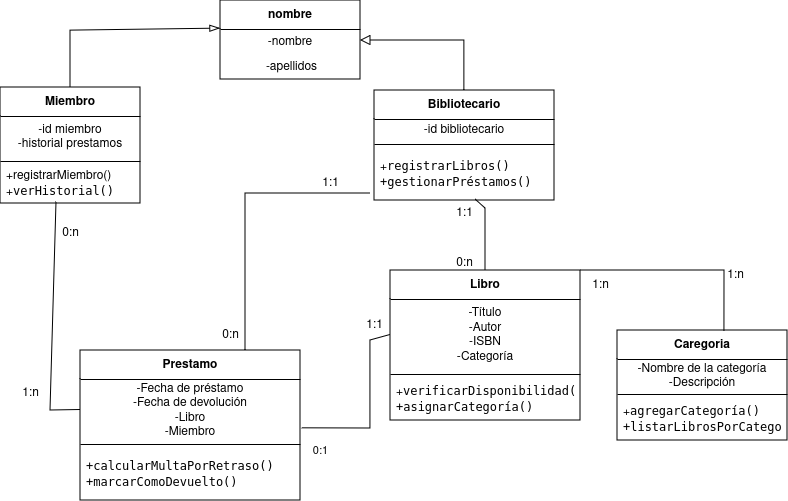
Earlier version of the draw.io export sistema-gestor-bibliotecas.png (emsantamaria/Sistema-de-Gesti-n-de-Bibliotecas). Source tidied: cells renumbered, new cells last; positions are measured from the earlier drawing's top-left corner, leaving out a move shared by most shapes.
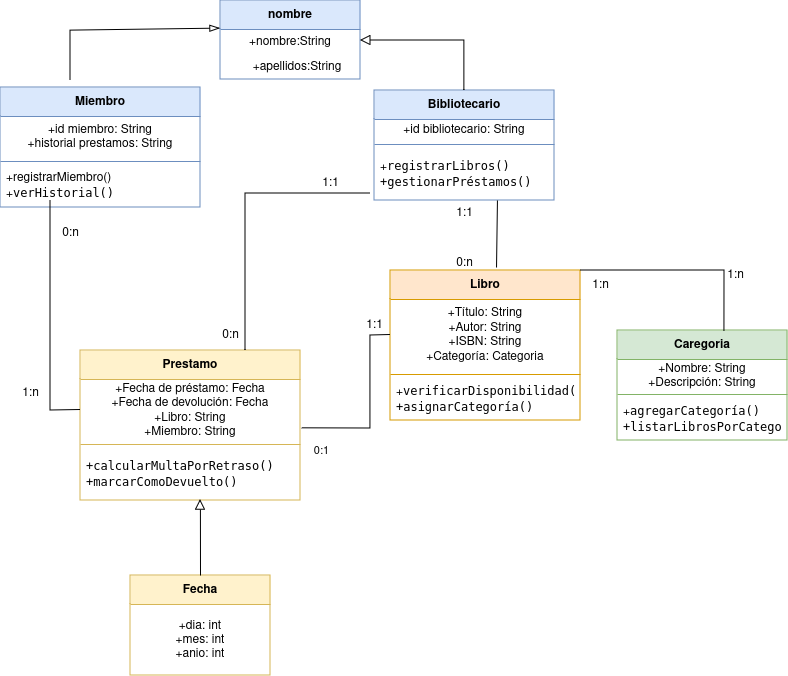
After the change.

The edit, as a diff of the source:
```diff
@@ -2,10 +2,10 @@
   <root>
     <mxCell id="0" />
     <mxCell id="1" parent="0" />
-    <mxCell id="2" value="Bibliotecario" style="swimlane;fontStyle=1;align=center;verticalAlign=middle;horizontal=1;startSize=29;html=1;whiteSpace=wrap;" parent="1" vertex="1">
+    <mxCell id="2" value="Bibliotecario" style="swimlane;fontStyle=1;align=center;verticalAlign=middle;horizontal=1;startSize=29;html=1;whiteSpace=wrap;fillColor=#dae8fc;strokeColor=#6c8ebf;" parent="1" vertex="1">
       <mxGeometry x="374" y="90" width="180" height="110" as="geometry" />
     </mxCell>
-    <mxCell id="3" value="-id bibliotecario" style="text;html=1;strokeColor=none;fillColor=none;align=center;verticalAlign=middle;spacingLeft=4;spacingRight=4;overflow=hidden;whiteSpace=wrap;" parent="2" vertex="1">
+    <mxCell id="3" value="+id bibliotecario: String" style="text;html=1;strokeColor=none;fillColor=none;align=center;verticalAlign=middle;spacingLeft=4;spacingRight=4;overflow=hidden;whiteSpace=wrap;" parent="2" vertex="1">
       <mxGeometry y="29" width="180" height="21" as="geometry" />
     </mxCell>
     <mxCell id="4" style="line;strokeWidth=1;fillColor=none;align=left;verticalAlign=middle;spacingTop=-1;spacingLeft=3;spacingRight=3;labelPosition=right;strokeColor=inherit;" parent="2" vertex="1">
@@ -14,10 +14,10 @@
     <mxCell id="5" value="&lt;div&gt;+&lt;code&gt;registrarLibros()&lt;/code&gt;&lt;/div&gt;&lt;div&gt;&lt;code&gt;+&lt;/code&gt;&lt;code&gt;gestionarPréstamos()&lt;/code&gt;&lt;/div&gt;" style="text;html=1;strokeColor=none;fillColor=none;align=left;verticalAlign=middle;spacingLeft=4;spacingRight=4;overflow=hidden;points=[[0,0.5],[1,0.5]];portConstraint=eastwest;whiteSpace=wrap;" parent="2" vertex="1">
       <mxGeometry y="58" width="180" height="52" as="geometry" />
     </mxCell>
-    <mxCell id="6" value="Prestamo" style="swimlane;fontStyle=1;align=center;verticalAlign=middle;horizontal=1;startSize=29;html=1;whiteSpace=wrap;" parent="1" vertex="1">
+    <mxCell id="6" value="Prestamo" style="swimlane;fontStyle=1;align=center;verticalAlign=middle;horizontal=1;startSize=29;html=1;whiteSpace=wrap;fillColor=#fff2cc;strokeColor=#d6b656;" parent="1" vertex="1">
       <mxGeometry x="80" y="350" width="220" height="150" as="geometry" />
     </mxCell>
-    <mxCell id="7" value="&lt;div&gt;-Fecha de préstamo&lt;/div&gt;&lt;div&gt;-Fecha de devolución&lt;/div&gt;&lt;div&gt;-Libro&lt;/div&gt;&lt;div&gt;-Miembro&lt;/div&gt;" style="text;html=1;strokeColor=none;fillColor=none;align=center;verticalAlign=middle;spacingLeft=4;spacingRight=4;overflow=hidden;points=[[0,0.5],[1,0.5]];portConstraint=eastwest;whiteSpace=wrap;" parent="6" vertex="1">
+    <mxCell id="7" value="&lt;div&gt;+Fecha de préstamo: Fecha&lt;br&gt;&lt;/div&gt;&lt;div&gt;+Fecha de devolución: Fecha&lt;br&gt;&lt;/div&gt;&lt;div&gt;+Libro: String&lt;br&gt;&lt;/div&gt;&lt;div&gt;+Miembro: String&lt;br&gt;&lt;/div&gt;" style="text;html=1;strokeColor=none;fillColor=none;align=center;verticalAlign=middle;spacingLeft=4;spacingRight=4;overflow=hidden;points=[[0,0.5],[1,0.5]];portConstraint=eastwest;whiteSpace=wrap;" parent="6" vertex="1">
       <mxGeometry y="29" width="220" height="61" as="geometry" />
     </mxCell>
     <mxCell id="8" style="line;strokeWidth=1;fillColor=none;align=left;verticalAlign=middle;spacingTop=-1;spacingLeft=3;spacingRight=3;labelPosition=right;strokeColor=inherit;" parent="6" vertex="1">
@@ -26,22 +26,22 @@
     <mxCell id="9" value="&lt;div&gt;&lt;code&gt;+calcularMultaPorRetraso()&lt;/code&gt;&lt;/div&gt;&lt;div&gt;&lt;code&gt;+&lt;/code&gt;&lt;code&gt;marcarComoDevuelto()&lt;/code&gt;&lt;/div&gt;" style="text;html=1;strokeColor=none;fillColor=none;align=left;verticalAlign=middle;spacingLeft=4;spacingRight=4;overflow=hidden;points=[[0,0.5],[1,0.5]];portConstraint=eastwest;whiteSpace=wrap;" parent="6" vertex="1">
       <mxGeometry y="98" width="220" height="52" as="geometry" />
     </mxCell>
-    <mxCell id="10" value="Miembro" style="swimlane;fontStyle=1;align=center;verticalAlign=middle;horizontal=1;startSize=29;html=1;whiteSpace=wrap;" parent="1" vertex="1">
-      <mxGeometry y="87" width="140" height="116" as="geometry" />
+    <mxCell id="10" value="Miembro" style="swimlane;fontStyle=1;align=center;verticalAlign=middle;horizontal=1;startSize=29;html=1;whiteSpace=wrap;fillColor=#dae8fc;strokeColor=#6c8ebf;" parent="1" vertex="1">
+      <mxGeometry y="87" width="200" height="120" as="geometry" />
     </mxCell>
-    <mxCell id="11" value="&lt;div&gt;-id miembro&lt;/div&gt;&lt;div&gt;-historial prestamos&lt;br&gt;&lt;/div&gt;" style="text;html=1;strokeColor=none;fillColor=none;align=center;verticalAlign=middle;spacingLeft=4;spacingRight=4;overflow=hidden;whiteSpace=wrap;" parent="10" vertex="1">
-      <mxGeometry y="29" width="140" height="41" as="geometry" />
+    <mxCell id="11" value="&lt;div&gt;+id miembro: String&lt;br&gt;&lt;/div&gt;&lt;div&gt;+historial prestamos: String&lt;/div&gt;" style="text;html=1;strokeColor=none;fillColor=none;align=center;verticalAlign=middle;spacingLeft=4;spacingRight=4;overflow=hidden;whiteSpace=wrap;" parent="10" vertex="1">
+      <mxGeometry y="29" width="200" height="41" as="geometry" />
     </mxCell>
     <mxCell id="12" style="line;strokeWidth=1;fillColor=none;align=left;verticalAlign=middle;spacingTop=-1;spacingLeft=3;spacingRight=3;labelPosition=right;strokeColor=inherit;" parent="10" vertex="1">
-      <mxGeometry y="70" width="140" height="8" as="geometry" />
+      <mxGeometry y="70" width="200" height="8" as="geometry" />
     </mxCell>
     <mxCell id="13" value="&lt;div&gt;+registrarMiembro()&lt;/div&gt;&lt;div&gt;+&lt;code&gt;verHistorial()&lt;/code&gt;&lt;/div&gt;" style="text;html=1;strokeColor=none;fillColor=none;align=left;verticalAlign=middle;spacingLeft=4;spacingRight=4;overflow=hidden;points=[[0,0.5],[1,0.5]];portConstraint=eastwest;whiteSpace=wrap;" parent="10" vertex="1">
-      <mxGeometry y="78" width="140" height="38" as="geometry" />
+      <mxGeometry y="78" width="200" height="42" as="geometry" />
     </mxCell>
-    <mxCell id="14" value="Caregoria" style="swimlane;fontStyle=1;align=center;verticalAlign=middle;horizontal=1;startSize=29;html=1;whiteSpace=wrap;" parent="1" vertex="1">
+    <mxCell id="14" value="Caregoria" style="swimlane;fontStyle=1;align=center;verticalAlign=middle;horizontal=1;startSize=29;html=1;whiteSpace=wrap;fillColor=#d5e8d4;strokeColor=#82b366;" parent="1" vertex="1">
       <mxGeometry x="617" y="330" width="170" height="110" as="geometry" />
     </mxCell>
-    <mxCell id="15" value="&lt;div&gt;-Nombre de la categoría&lt;/div&gt;&lt;div&gt;-Descripción&lt;/div&gt;" style="text;html=1;strokeColor=none;fillColor=none;align=center;verticalAlign=middle;spacingLeft=4;spacingRight=4;overflow=hidden;whiteSpace=wrap;" parent="14" vertex="1">
+    <mxCell id="15" value="&lt;div&gt;+Nombre: String&lt;br&gt;&lt;/div&gt;&lt;div&gt;+Descripción: String&lt;br&gt;&lt;/div&gt;" style="text;html=1;strokeColor=none;fillColor=none;align=center;verticalAlign=middle;spacingLeft=4;spacingRight=4;overflow=hidden;whiteSpace=wrap;" parent="14" vertex="1">
       <mxGeometry y="29" width="170" height="31" as="geometry" />
     </mxCell>
     <mxCell id="16" style="line;strokeWidth=1;fillColor=none;align=left;verticalAlign=middle;spacingTop=-1;spacingLeft=3;spacingRight=3;labelPosition=right;strokeColor=inherit;" parent="14" vertex="1">
@@ -50,10 +50,10 @@
     <mxCell id="17" value="&lt;div&gt;+&lt;code&gt;agregarCategoría()&lt;/code&gt;&lt;/div&gt;&lt;div&gt;&lt;code&gt;+&lt;/code&gt;&lt;code&gt;listarLibrosPorCategoría()&lt;/code&gt;&lt;/div&gt;" style="text;html=1;strokeColor=none;fillColor=none;align=left;verticalAlign=middle;spacingLeft=4;spacingRight=4;overflow=hidden;whiteSpace=wrap;" parent="14" vertex="1">
       <mxGeometry y="68" width="170" height="42" as="geometry" />
     </mxCell>
-    <mxCell id="18" value="Libro" style="swimlane;fontStyle=1;align=center;verticalAlign=middle;horizontal=1;startSize=29;html=1;whiteSpace=wrap;" parent="1" vertex="1">
+    <mxCell id="18" value="Libro" style="swimlane;fontStyle=1;align=center;verticalAlign=middle;horizontal=1;startSize=29;html=1;whiteSpace=wrap;fillColor=#ffe6cc;strokeColor=#d79b00;" parent="1" vertex="1">
       <mxGeometry x="390" y="270" width="190" height="150" as="geometry" />
     </mxCell>
-    <mxCell id="19" value="&lt;div&gt;-Título&lt;/div&gt;&lt;div&gt;-Autor&lt;/div&gt;&lt;div&gt;-ISBN&lt;/div&gt;&lt;div&gt;-Categoría&lt;/div&gt;" style="text;html=1;strokeColor=none;fillColor=none;align=center;verticalAlign=middle;spacingLeft=4;spacingRight=4;overflow=hidden;points=[[0,0.5],[1,0.5]];portConstraint=eastwest;whiteSpace=wrap;" parent="18" vertex="1">
+    <mxCell id="19" value="&lt;div&gt;+Título: String&lt;br&gt;&lt;/div&gt;&lt;div&gt;+Autor: String&lt;br&gt;&lt;/div&gt;&lt;div&gt;+ISBN: String&lt;br&gt;&lt;/div&gt;&lt;div&gt;+Categoría: Categoria&lt;br&gt;&lt;/div&gt;" style="text;html=1;strokeColor=none;fillColor=none;align=center;verticalAlign=middle;spacingLeft=4;spacingRight=4;overflow=hidden;points=[[0,0.5],[1,0.5]];portConstraint=eastwest;whiteSpace=wrap;" parent="18" vertex="1">
       <mxGeometry y="29" width="190" height="71" as="geometry" />
     </mxCell>
     <mxCell id="20" style="line;strokeWidth=1;fillColor=none;align=left;verticalAlign=middle;spacingTop=-1;spacingLeft=3;spacingRight=3;labelPosition=right;strokeColor=inherit;" parent="18" vertex="1">
@@ -62,13 +62,13 @@
     <mxCell id="21" value="&lt;div&gt;+&lt;code&gt;verificarDisponibilidad()&lt;/code&gt;&lt;/div&gt;&lt;div&gt;&lt;code&gt;+&lt;/code&gt;&lt;code&gt;asignarCategoría()&lt;/code&gt;&lt;/div&gt;" style="text;html=1;strokeColor=none;fillColor=none;align=left;verticalAlign=middle;spacingLeft=4;spacingRight=4;overflow=hidden;whiteSpace=wrap;" parent="18" vertex="1">
       <mxGeometry y="108" width="190" height="42" as="geometry" />
     </mxCell>
-    <mxCell id="22" value="nombre" style="swimlane;fontStyle=1;align=center;verticalAlign=middle;horizontal=1;startSize=29;html=1;whiteSpace=wrap;" parent="1" vertex="1">
+    <mxCell id="22" value="nombre" style="swimlane;fontStyle=1;align=center;verticalAlign=middle;horizontal=1;startSize=29;html=1;whiteSpace=wrap;fillColor=#dae8fc;strokeColor=#6c8ebf;" parent="1" vertex="1">
       <mxGeometry x="220" width="140" height="79" as="geometry" />
     </mxCell>
-    <mxCell id="23" value="-nombre" style="text;html=1;strokeColor=none;fillColor=none;align=center;verticalAlign=middle;spacingLeft=4;spacingRight=4;overflow=hidden;points=[[0,0.5],[1,0.5]];portConstraint=eastwest;whiteSpace=wrap;" parent="22" vertex="1">
+    <mxCell id="23" value="+nombre:String" style="text;html=1;strokeColor=none;fillColor=none;align=center;verticalAlign=middle;spacingLeft=4;spacingRight=4;overflow=hidden;points=[[0,0.5],[1,0.5]];portConstraint=eastwest;whiteSpace=wrap;" parent="22" vertex="1">
       <mxGeometry y="29" width="140" height="25" as="geometry" />
     </mxCell>
-    <mxCell id="24" value="&amp;nbsp;&amp;nbsp;&amp;nbsp;&amp;nbsp;&amp;nbsp;&amp;nbsp;&amp;nbsp;&amp;nbsp;&amp;nbsp;&amp;nbsp;&amp;nbsp; -apellidos" style="text;html=1;strokeColor=none;fillColor=none;align=left;verticalAlign=middle;spacingLeft=4;spacingRight=4;overflow=hidden;whiteSpace=wrap;" parent="22" vertex="1">
+    <mxCell id="24" value="&amp;nbsp;&amp;nbsp;&amp;nbsp;&amp;nbsp;&amp;nbsp;&amp;nbsp;&amp;nbsp; +apellidos:String" style="text;html=1;strokeColor=none;fillColor=none;align=left;verticalAlign=middle;spacingLeft=4;spacingRight=4;overflow=hidden;whiteSpace=wrap;" parent="22" vertex="1">
       <mxGeometry y="54" width="140" height="25" as="geometry" />
     </mxCell>
     <mxCell id="25" style="endArrow=block;startArrow=none;endFill=0;startFill=0;endSize=8;html=1;labelBackgroundColor=none;rounded=0;exitX=0.5;exitY=0;exitDx=0;exitDy=0;" parent="1" edge="1" source="2">
@@ -86,8 +86,9 @@
         </Array>
       </mxGeometry>
     </mxCell>
-    <mxCell id="27" style="endArrow=none;startArrow=none;endFill=0;startFill=0;endSize=8;html=1;labelBackgroundColor=none;rounded=0;exitX=0.4;exitY=0.96;exitDx=0;exitDy=0;exitPerimeter=0;entryX=0;entryY=0.5;entryDx=0;entryDy=0;" parent="1" edge="1" source="13" target="7">
+    <mxCell id="27" style="endArrow=none;startArrow=none;endFill=0;startFill=0;endSize=8;html=1;labelBackgroundColor=none;rounded=0;entryX=0;entryY=0.5;entryDx=0;entryDy=0;" parent="1" edge="1" target="7">
       <mxGeometry relative="1" as="geometry">
+        <mxPoint x="50" y="200" as="sourcePoint" />
         <Array as="points">
           <mxPoint x="50" y="410" />
         </Array>
@@ -97,7 +98,7 @@
       <mxGeometry relative="1" as="geometry">
         <Array as="points">
           <mxPoint x="370" y="428" />
-          <mxPoint x="370" y="340" />
+          <mxPoint x="370" y="335" />
         </Array>
       </mxGeometry>
     </mxCell>
@@ -106,15 +107,9 @@
         <mxPoint x="3" y="18" as="offset" />
       </mxGeometry>
     </mxCell>
-    <mxCell id="30" style="endArrow=none;startArrow=none;endFill=0;startFill=0;endSize=8;html=1;labelBackgroundColor=none;rounded=0;entryX=0.5;entryY=0;entryDx=0;entryDy=0;exitX=0.561;exitY=0.981;exitDx=0;exitDy=0;exitPerimeter=0;" parent="1" edge="1" source="5" target="18">
-      <mxGeometry relative="1" as="geometry">
-        <Array as="points">
-          <mxPoint x="485" y="208" />
-        </Array>
-      </mxGeometry>
-    </mxCell>
-    <mxCell id="31" style="endArrow=blockThin;startArrow=none;endFill=0;startFill=0;endSize=8;html=1;labelBackgroundColor=none;rounded=0;entryX=0;entryY=-0.04;entryDx=0;entryDy=0;exitX=0.5;exitY=0;exitDx=0;exitDy=0;entryPerimeter=0;" parent="1" edge="1" source="10" target="23">
+    <mxCell id="31" style="endArrow=blockThin;startArrow=none;endFill=0;startFill=0;endSize=8;html=1;labelBackgroundColor=none;rounded=0;entryX=0;entryY=-0.04;entryDx=0;entryDy=0;entryPerimeter=0;" parent="1" edge="1" target="23">
       <mxGeometry relative="1" as="geometry">
+        <mxPoint x="70" y="80" as="sourcePoint" />
         <Array as="points">
           <mxPoint x="70" y="30" />
         </Array>
@@ -154,5 +149,17 @@
     <mxCell id="41" value="1:1" style="text;html=1;align=center;verticalAlign=middle;strokeColor=none;fillColor=none;" parent="1" vertex="1">
       <mxGeometry x="444" y="198" width="40" height="30" as="geometry" />
     </mxCell>
+    <mxCell id="42" style="endArrow=none;startArrow=none;endFill=0;startFill=0;endSize=8;html=1;labelBackgroundColor=none;rounded=0;exitX=0.558;exitY=-0.02;exitDx=0;exitDy=0;exitPerimeter=0;entryX=0.683;entryY=1;entryDx=0;entryDy=0;entryPerimeter=0;" parent="1" edge="1" source="18" target="5">
+      <mxGeometry relative="1" as="geometry" />
+    </mxCell>
+    <mxCell id="43" value="Fecha" style="swimlane;fontStyle=1;align=center;verticalAlign=middle;horizontal=1;startSize=29;html=1;whiteSpace=wrap;fillColor=#fff2cc;strokeColor=#d6b656;" parent="1" vertex="1">
+      <mxGeometry x="130" y="575" width="140" height="100" as="geometry" />
+    </mxCell>
+    <mxCell id="44" value="&lt;div&gt;+dia: int&lt;/div&gt;&lt;div&gt;+mes: int&lt;/div&gt;&lt;div&gt;+anio: int&lt;br&gt;&lt;/div&gt;" style="text;html=1;strokeColor=none;fillColor=none;align=center;verticalAlign=middle;spacingLeft=4;spacingRight=4;overflow=hidden;whiteSpace=wrap;" parent="43" vertex="1">
+      <mxGeometry y="29" width="140" height="71" as="geometry" />
+    </mxCell>
+    <mxCell id="45" style="endArrow=block;startArrow=none;endFill=0;startFill=0;endSize=8;html=1;labelBackgroundColor=none;rounded=0;exitX=0.5;exitY=0;exitDx=0;exitDy=0;entryX=0.545;entryY=0.981;entryDx=0;entryDy=0;entryPerimeter=0;" parent="1" edge="1" source="43" target="9">
+      <mxGeometry relative="1" as="geometry" />
+    </mxCell>
   </root>
 </mxGraphModel>
```
